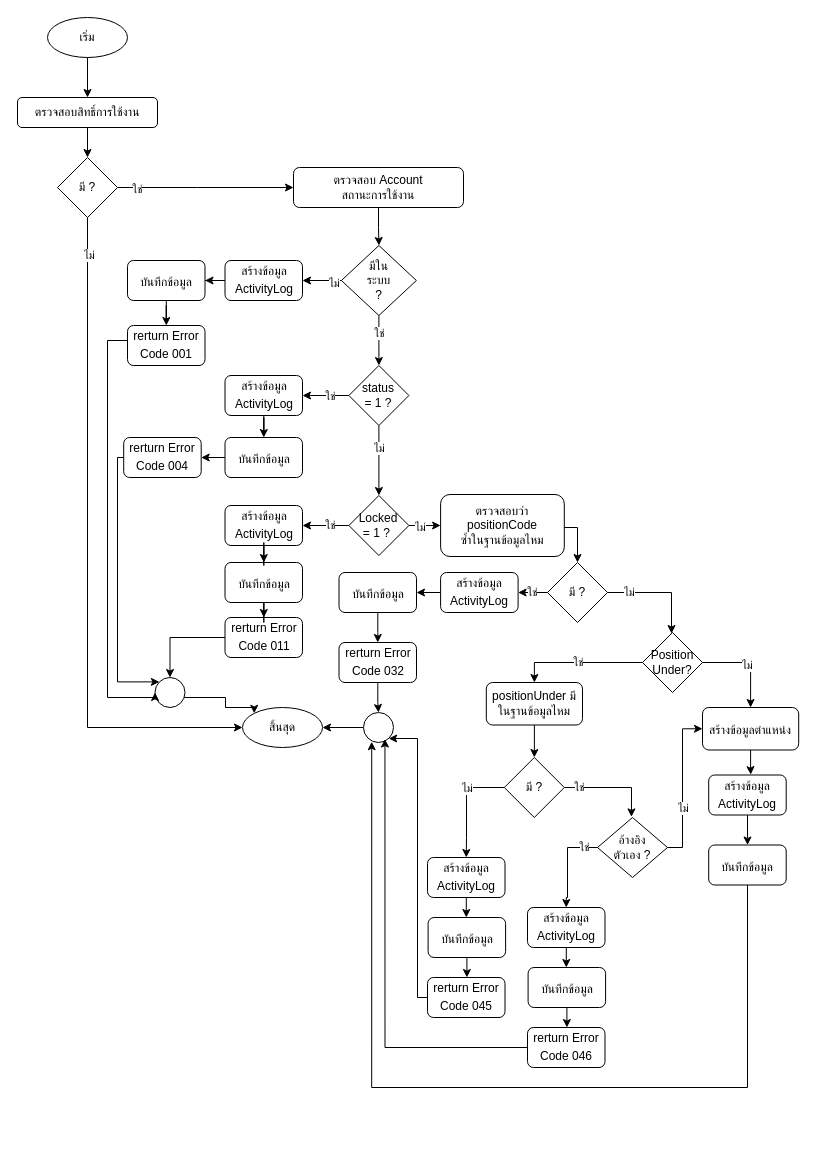
The draw.io diagram page "หน้า-3" (3 of 4) of Position.drawio in charifrodmanee/charifrodmanee, before the edit. Source tidied: cells renumbered, new cells numbered last; positions are measured from the earlier drawing's top-left corner, leaving out a move shared by most shapes. Both pictures are drawn from the tidied source at 100%, with x=0, y=0 at pixel (17, 17).
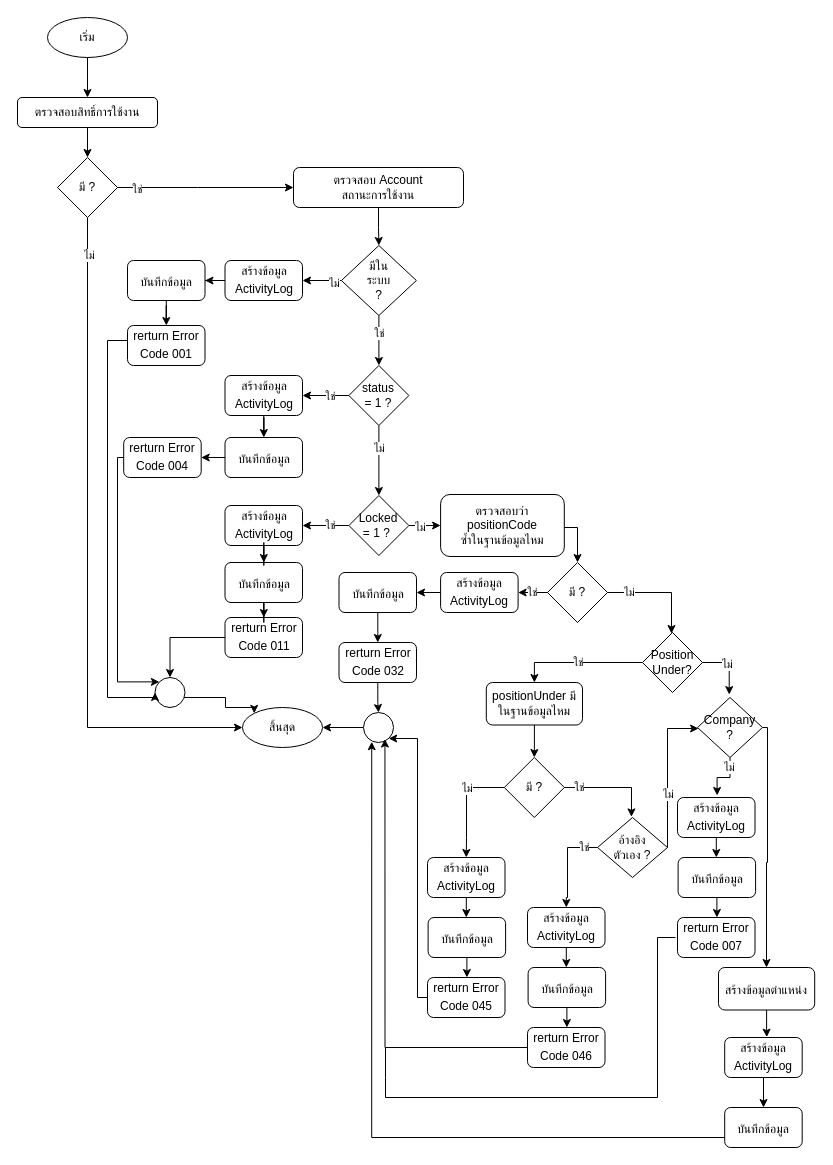
The same page after the edit.

Unchanged cells that the change refers to:
```xml
<mxCell id="19" style="ellipse;whiteSpace=wrap;html=1;" parent="1" vertex="1">
  <mxGeometry x="346" y="695" width="30" height="30" as="geometry" />
</mxCell>
<mxCell id="63" value="Position Under?" style="rhombus;whiteSpace=wrap;html=1;" parent="1" vertex="1">
  <mxGeometry x="625" y="615" width="60" height="60" as="geometry" />
</mxCell>
<mxCell id="73" value="อ้างอิง&lt;br&gt;ตัวเอง ?" style="rhombus;whiteSpace=wrap;html=1;" parent="1" vertex="1">
  <mxGeometry x="580" y="800" width="70" height="60" as="geometry" />
</mxCell>
```

Change to the diagram source:
```diff
@@
-    <mxCell id="71" style="edgeStyle=orthogonalEdgeStyle;rounded=0;jettySize=auto;html=1;entryX=0;entryY=0.5;entryDx=0;entryDy=0;" parent="1" edge="1" source="73" target="93">
+    <mxCell id="71" style="edgeStyle=orthogonalEdgeStyle;rounded=0;jettySize=auto;html=1;" parent="1" edge="1" source="73" target="103">
       <mxGeometry relative="1" as="geometry">
         <Array as="points">
-          <mxPoint x="665" y="830" />
-          <mxPoint x="665" y="711" />
+          <mxPoint x="650" y="711" />
         </Array>
       </mxGeometry>
     </mxCell>
@@
     <mxCell id="91" style="edgeStyle=orthogonalEdgeStyle;rounded=0;jettySize=auto;html=1;entryX=0.274;entryY=0.975;entryDx=0;entryDy=0;entryPerimeter=0;" parent="1" edge="1" source="96" target="19">
       <mxGeometry relative="1" as="geometry">
         <Array as="points">
-          <mxPoint x="730" y="1070" />
-          <mxPoint x="354" y="1070" />
+          <mxPoint x="730" y="1120" />
+          <mxPoint x="354" y="1120" />
         </Array>
       </mxGeometry>
     </mxCell>
-    <mxCell id="92" style="group;" parent="1" vertex="1">
-      <mxGeometry x="685" y="690" width="96.2" height="177.5" as="geometry" />
-    </mxCell>
+    <mxCell id="98" style="edgeStyle=orthogonalEdgeStyle;rounded=0;jettySize=auto;html=1;exitX=1;exitY=0.5;exitDx=0;exitDy=0;entryX=0.488;entryY=-0.049;entryDx=0;entryDy=0;entryPerimeter=0;" parent="1" edge="1" source="63" target="103">
+      <mxGeometry relative="1" as="geometry" />
+    </mxCell>
+    <mxCell id="99" value="ไม่" style="edgeLabel;html=1;align=center;verticalAlign=middle;" parent="98" vertex="1">
+      <mxGeometry x="-0.06" y="-2" relative="1" as="geometry" />
+    </mxCell>
-    <mxCell id="93" value="สร้างข้อมูลตำแหน่ง&lt;span style=&quot;font-size: medium; text-align: start;&quot;&gt;&lt;/span&gt;" style="rounded=1;whiteSpace=wrap;html=1;" parent="92" vertex="1">
-      <mxGeometry width="96.2" height="42.5" as="geometry" />
+    <mxCell id="93" value="สร้างข้อมูลตำแหน่ง&lt;span style=&quot;font-size: medium; text-align: start;&quot;&gt;&lt;/span&gt;" style="rounded=1;whiteSpace=wrap;html=1;" parent="1" vertex="1">
+      <mxGeometry x="701" y="950" width="96.2" height="42.5" as="geometry" />
     </mxCell>
-    <mxCell id="94" value="สร้างข้อมูล ActivityLog&lt;span style=&quot;font-size: medium; text-align: start;&quot;&gt;&lt;/span&gt;" style="rounded=1;whiteSpace=wrap;html=1;" parent="92" vertex="1">
-      <mxGeometry x="6.2" y="67.5" width="77.5" height="40" as="geometry" />
+    <mxCell id="94" value="สร้างข้อมูล ActivityLog&lt;span style=&quot;font-size: medium; text-align: start;&quot;&gt;&lt;/span&gt;" style="rounded=1;whiteSpace=wrap;html=1;" parent="1" vertex="1">
+      <mxGeometry x="707.2" y="1020" width="77.5" height="40" as="geometry" />
     </mxCell>
-    <mxCell id="95" style="edgeStyle=orthogonalEdgeStyle;rounded=0;jettySize=auto;html=1;entryX=0.543;entryY=-0.009;entryDx=0;entryDy=0;entryPerimeter=0;" parent="92" edge="1" source="93" target="94">
+    <mxCell id="95" style="edgeStyle=orthogonalEdgeStyle;rounded=0;jettySize=auto;html=1;entryX=0.543;entryY=-0.009;entryDx=0;entryDy=0;entryPerimeter=0;" parent="1" edge="1" source="93" target="94">
       <mxGeometry relative="1" as="geometry" />
     </mxCell>
-    <mxCell id="96" value="บันทึกข้อมูล&lt;span style=&quot;font-size: medium; text-align: start;&quot;&gt;&lt;/span&gt;" style="rounded=1;whiteSpace=wrap;html=1;" parent="92" vertex="1">
-      <mxGeometry x="6.2" y="137.5" width="77.5" height="40" as="geometry" />
+    <mxCell id="96" value="บันทึกข้อมูล&lt;span style=&quot;font-size: medium; text-align: start;&quot;&gt;&lt;/span&gt;" style="rounded=1;whiteSpace=wrap;html=1;" parent="1" vertex="1">
+      <mxGeometry x="707.2" y="1090" width="77.5" height="40" as="geometry" />
     </mxCell>
-    <mxCell id="97" style="edgeStyle=orthogonalEdgeStyle;rounded=0;jettySize=auto;html=1;" parent="92" edge="1" source="94" target="96">
+    <mxCell id="97" style="edgeStyle=orthogonalEdgeStyle;rounded=0;jettySize=auto;html=1;" parent="1" edge="1" source="94" target="96">
       <mxGeometry relative="1" as="geometry" />
     </mxCell>
-    <mxCell id="98" style="edgeStyle=orthogonalEdgeStyle;rounded=0;jettySize=auto;html=1;exitX=1;exitY=0.5;exitDx=0;exitDy=0;" parent="1" edge="1" source="63" target="93">
-      <mxGeometry relative="1" as="geometry" />
-    </mxCell>
-    <mxCell id="99" value="ไม่" style="edgeLabel;html=1;align=center;verticalAlign=middle;" parent="98" vertex="1">
-      <mxGeometry x="-0.06" y="-2" relative="1" as="geometry" />
-    </mxCell>
+    <mxCell id="100" style="edgeStyle=orthogonalEdgeStyle;rounded=0;jettySize=auto;html=1;entryX=0.511;entryY=-0.051;entryDx=0;entryDy=0;entryPerimeter=0;" parent="1" edge="1" source="103" target="105">
+      <mxGeometry relative="1" as="geometry" />
+    </mxCell>
+    <mxCell id="101" value="ไม่" style="edgeLabel;html=1;align=center;verticalAlign=middle;" parent="100" vertex="1">
+      <mxGeometry x="-0.66" y="-1" relative="1" as="geometry" />
+    </mxCell>
+    <mxCell id="102" style="edgeStyle=orthogonalEdgeStyle;rounded=0;jettySize=auto;html=1;" parent="1" edge="1" source="103" target="93">
+      <mxGeometry relative="1" as="geometry">
+        <Array as="points">
+          <mxPoint x="750" y="710" />
+          <mxPoint x="750" y="845" />
+          <mxPoint x="749" y="845" />
+        </Array>
+      </mxGeometry>
+    </mxCell>
+    <mxCell id="103" value="Company &lt;br&gt;?" style="rhombus;whiteSpace=wrap;html=1;" parent="1" vertex="1">
+      <mxGeometry x="680" y="680" width="65" height="60" as="geometry" />
+    </mxCell>
+    <mxCell id="104" style="group;" parent="1" vertex="1">
+      <mxGeometry x="660" y="780" width="78.1" height="160" as="geometry" />
+    </mxCell>
+    <mxCell id="105" value="สร้างข้อมูล ActivityLog&lt;span style=&quot;font-size: medium; text-align: start;&quot;&gt;&lt;/span&gt;" style="rounded=1;whiteSpace=wrap;html=1;" parent="104" vertex="1">
+      <mxGeometry width="77.5" height="40" as="geometry" />
+    </mxCell>
+    <mxCell id="106" value="บันทึกข้อมูล&lt;span style=&quot;font-size: medium; text-align: start;&quot;&gt;&lt;/span&gt;" style="rounded=1;whiteSpace=wrap;html=1;" parent="104" vertex="1">
+      <mxGeometry x="0.6" y="60" width="77.5" height="40" as="geometry" />
+    </mxCell>
+    <mxCell id="107" style="edgeStyle=orthogonalEdgeStyle;rounded=0;jettySize=auto;html=1;" parent="104" edge="1" source="105" target="106">
+      <mxGeometry relative="1" as="geometry" />
+    </mxCell>
+    <mxCell id="108" value="rerturn Error Code 007&lt;span style=&quot;font-size: medium; text-align: start;&quot;&gt;&lt;/span&gt;" style="rounded=1;whiteSpace=wrap;html=1;" parent="104" vertex="1">
+      <mxGeometry y="120" width="77.5" height="40" as="geometry" />
+    </mxCell>
+    <mxCell id="109" style="edgeStyle=orthogonalEdgeStyle;rounded=0;jettySize=auto;html=1;" parent="104" edge="1" source="106" target="108">
+      <mxGeometry relative="1" as="geometry" />
+    </mxCell>
+    <mxCell id="110" style="endArrow=none;html=1;rounded=0;entryX=0;entryY=0.5;entryDx=0;entryDy=0;" parent="1" edge="1">
+      <mxGeometry relative="1" as="geometry">
+        <mxPoint x="368" y="1030" as="sourcePoint" />
+        <mxPoint x="658" y="920" as="targetPoint" />
+        <Array as="points">
+          <mxPoint x="368" y="1060" />
+          <mxPoint x="368" y="1080" />
+          <mxPoint x="640" y="1080" />
+          <mxPoint x="640" y="920" />
+        </Array>
+      </mxGeometry>
+    </mxCell>
```
